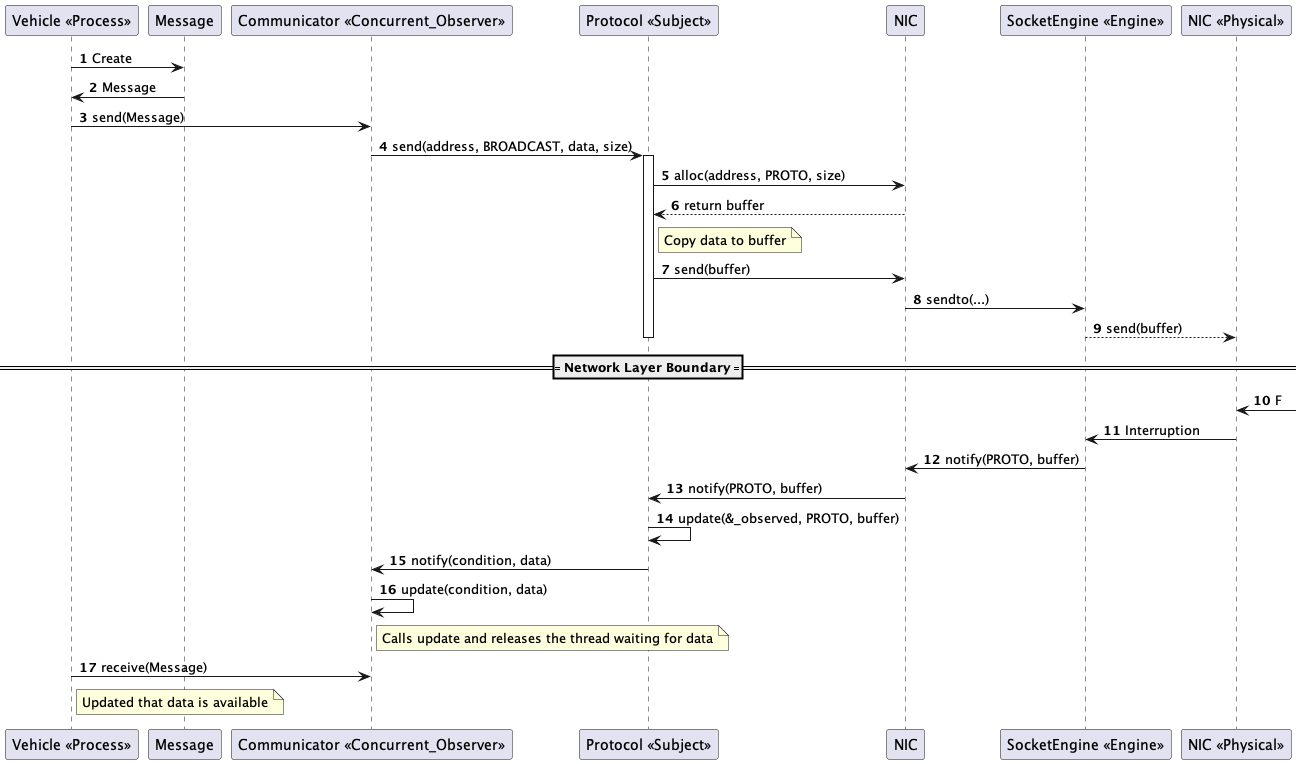
Earlier version of the PlantUML export doc/uml/output/01-system_sequence_diagram.png (jcconnects/UFSC-INE5424).
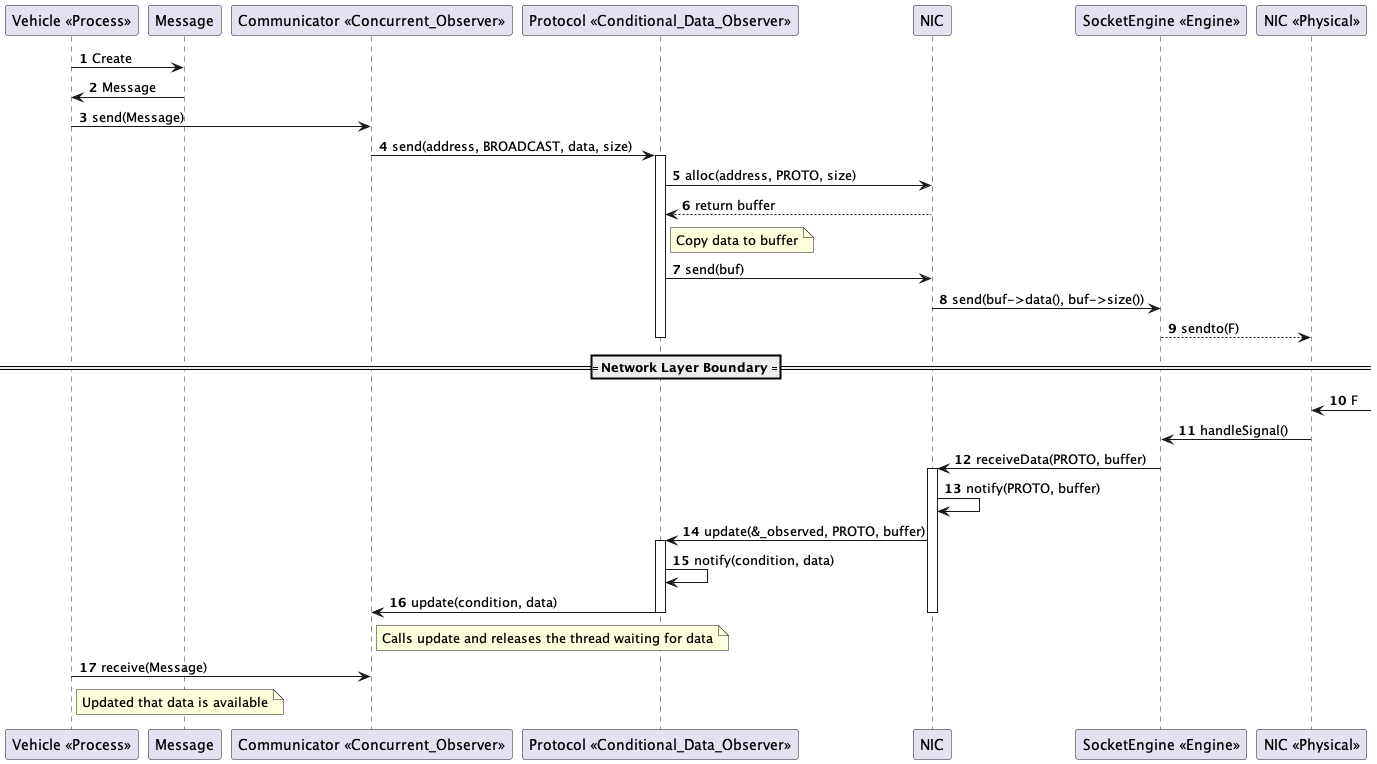
After the commit.

Commit message:
update sequence diagram with the corrected notify and update methods

What changed in the source:
```diff
@@ -3,7 +3,7 @@
 participant "Vehicle <<Process>>" as Vehicle
 participant "Message" as Message
 participant "Communicator <<Concurrent_Observer>>" as Communicator
-participant "Protocol <<Subject>>" as Protocol
+participant "Protocol <<Conditional_Data_Observer>>" as Protocol
 participant "NIC" as NIC
 participant "SocketEngine <<Engine>>" as SocketEngine
 participant "NIC <<Physical>>" as NIC_Physical
@@ -17,21 +17,25 @@
 Protocol -> NIC: alloc(address, PROTO, size)
 NIC --> Protocol: return buffer
 note right of Protocol: Copy data to buffer
-Protocol -> NIC: send(buffer)
-NIC -> SocketEngine: sendto(...)
-SocketEngine --> NIC_Physical: send(buffer)
+Protocol -> NIC: send(buf)
+NIC -> SocketEngine: send(buf->data(), buf->size())
+SocketEngine --> NIC_Physical: sendto(F)
 deactivate Protocol
 
 ==== Network Layer Boundary ====
 
 NIC_Physical <-: F
-NIC_Physical -> SocketEngine: Interruption
-SocketEngine -> NIC: notify(PROTO, buffer)
-NIC -> Protocol: notify(PROTO, buffer)
-Protocol -> Protocol: update(&_observed, PROTO, buffer)
-Protocol -> Communicator: notify(condition, data)
-Communicator -> Communicator: update(condition, data)
+NIC_Physical -> SocketEngine: handleSignal()
+SocketEngine -> NIC: receiveData(PROTO, buffer)
+activate NIC
+NIC -> NIC: notify(PROTO, buffer)
+NIC -> Protocol: update(&_observed, PROTO, buffer)
+activate Protocol
+Protocol -> Protocol: notify(condition, data)
+Protocol -> Communicator: update(condition, data)
 note right of Communicator: Calls update and releases the thread waiting for data
+deactivate Protocol
+deactivate NIC
 Vehicle -> Communicator: receive(Message)
 note right of Vehicle: Updated that data is available
 
```
